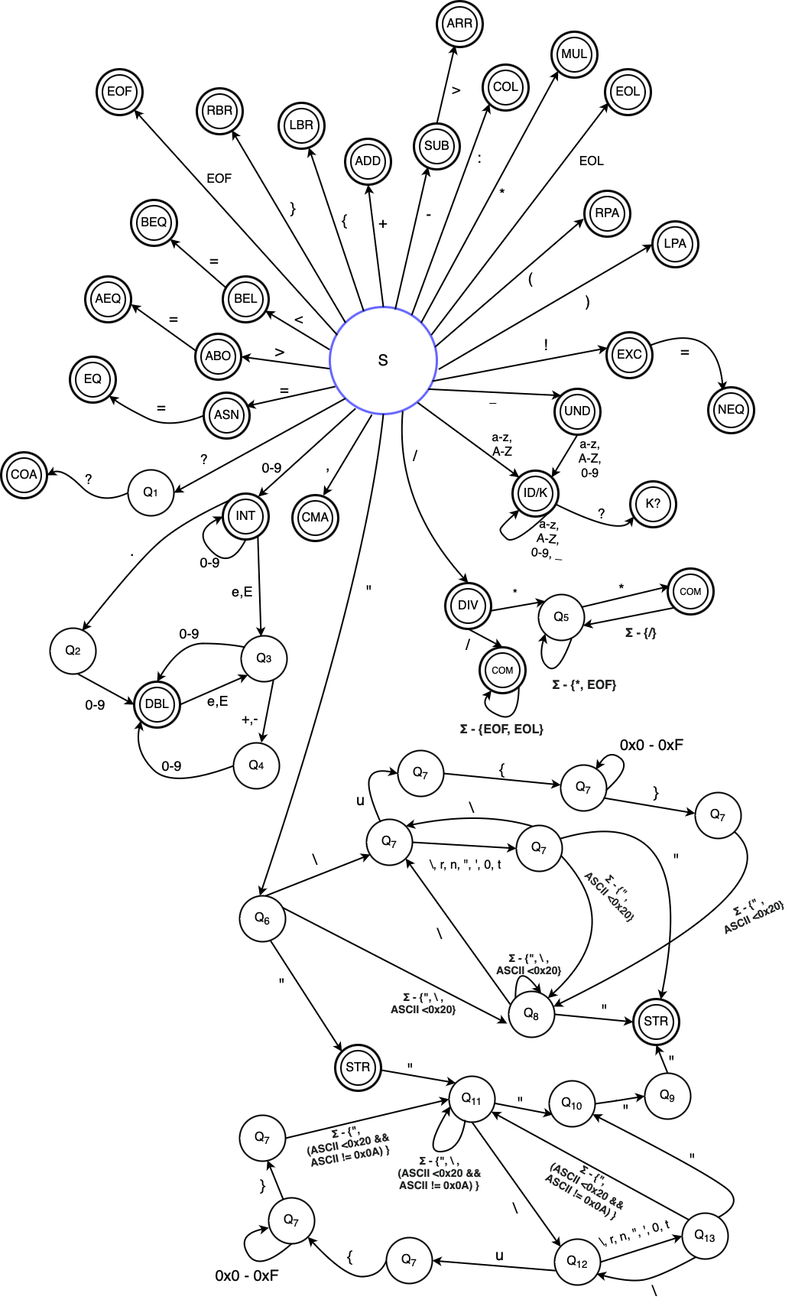
Earlier version of the draw.io export doc/include/lex_fa.png (xhalam16/IFJ-projekt). Source tidied: cells renumbered, new cells last; positions are measured from the earlier drawing's top-left corner, leaving out a move shared by most shapes.
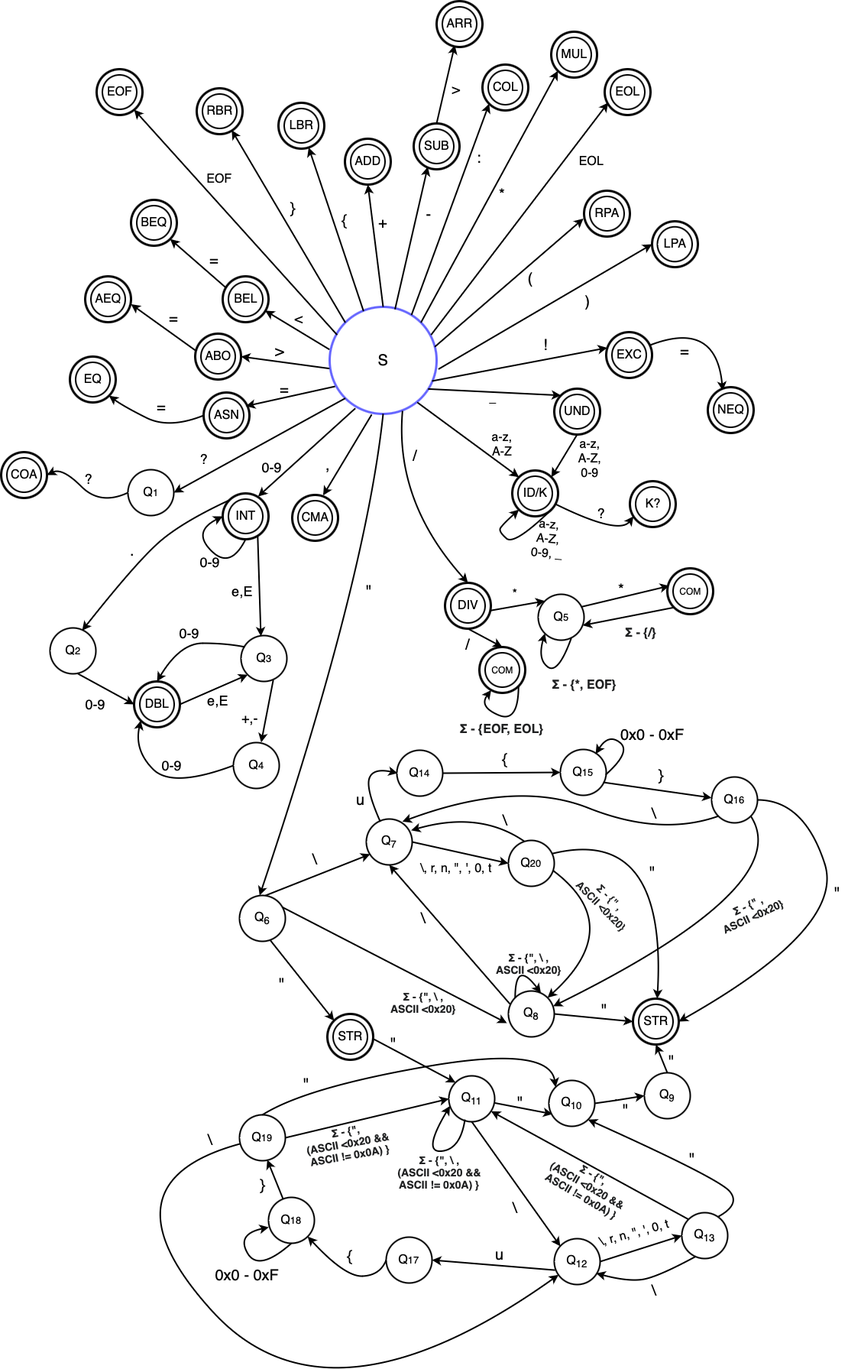
Above is the later version.

What changed in the source:
```diff
@@ -722,13 +722,13 @@
       <mxGeometry x="338" y="1271" width="60" height="30" as="geometry" />
     </mxCell>
     <mxCell id="224" value="&lt;font style=&quot;font-size: 20px;&quot;&gt;&quot;&lt;/font&gt;" style="text;html=1;strokeColor=none;fillColor=none;align=center;verticalAlign=middle;whiteSpace=wrap;rounded=0;" parent="1" vertex="1">
-      <mxGeometry x="506" y="1382" width="60" height="30" as="geometry" />
+      <mxGeometry x="484" y="1349" width="60" height="30" as="geometry" />
     </mxCell>
     <mxCell id="225" value="&lt;b style=&quot;text-align: start; caret-color: rgb(32, 33, 34); color: rgb(32, 33, 34); font-family: sans-serif; font-size: 14px;&quot;&gt;Σ - {&quot;, \ , &lt;br&gt;ASCII &amp;lt;0x20}&lt;/b&gt;" style="text;html=1;strokeColor=none;fillColor=none;align=center;verticalAlign=middle;whiteSpace=wrap;rounded=0;" parent="1" vertex="1">
       <mxGeometry x="497" y="1295" width="112" height="30" as="geometry" />
     </mxCell>
     <mxCell id="226" style="group;" parent="1" vertex="1">
-      <mxGeometry x="437" y="1365" width="60" height="60" as="geometry" />
+      <mxGeometry x="427" y="1325" width="60" height="60" as="geometry" />
     </mxCell>
     <mxCell id="227" style="ellipse;whiteSpace=wrap;html=1;strokeWidth=3;" parent="226" vertex="1">
       <mxGeometry width="60" height="60" as="geometry" />
@@ -837,24 +837,24 @@
       <mxGeometry x="381" y="1108" width="60" height="30" as="geometry" />
     </mxCell>
     <mxCell id="257" value="&lt;font style=&quot;font-size: 16px;&quot;&gt;\, r, n, &quot;, ', 0, t&lt;/font&gt;" style="text;html=1;strokeColor=none;fillColor=none;align=center;verticalAlign=middle;whiteSpace=wrap;rounded=0;" parent="1" vertex="1">
-      <mxGeometry x="552" y="1115" width="112" height="30" as="geometry" />
+      <mxGeometry x="540" y="1120" width="112" height="30" as="geometry" />
     </mxCell>
     <mxCell id="258" style="endArrow=classic;html=1;rounded=0;exitX=1;exitY=0.5;exitDx=0;exitDy=0;strokeWidth=2;entryX=0;entryY=0.5;entryDx=0;entryDy=0;" parent="1" edge="1" source="255" target="260">
       <mxGeometry relative="1" as="geometry" />
     </mxCell>
     <mxCell id="259" style="group;" parent="1" vertex="1">
-      <mxGeometry x="674" y="1078" width="60" height="60" as="geometry" />
+      <mxGeometry x="664" y="1098" width="60" height="60" as="geometry" />
     </mxCell>
-    <mxCell id="260" value="&lt;font style=&quot;font-size: 16px;&quot;&gt;Q&lt;sub&gt;7&lt;/sub&gt;&lt;/font&gt;" style="ellipse;whiteSpace=wrap;html=1;strokeWidth=2;" parent="259" vertex="1">
+    <mxCell id="260" value="&lt;font style=&quot;font-size: 16px;&quot;&gt;Q&lt;/font&gt;&lt;font size=&quot;2&quot;&gt;20&lt;/font&gt;" style="ellipse;whiteSpace=wrap;html=1;strokeWidth=2;" parent="259" vertex="1">
       <mxGeometry width="60" height="60" as="geometry" />
     </mxCell>
-    <mxCell id="261" style="endArrow=classic;html=1;rounded=0;entryX=1;entryY=1;entryDx=0;entryDy=0;strokeWidth=2;" parent="1" edge="1" target="255">
+    <mxCell id="261" style="endArrow=classic;html=1;rounded=0;entryX=0.5;entryY=1;entryDx=0;entryDy=0;strokeWidth=2;" parent="1" edge="1" target="255">
       <mxGeometry relative="1" as="geometry">
         <mxPoint x="666" y="1312" as="sourcePoint" />
       </mxGeometry>
     </mxCell>
     <mxCell id="262" value="&lt;font style=&quot;font-size: 20px;&quot;&gt;\&lt;/font&gt;" style="text;html=1;strokeColor=none;fillColor=none;align=center;verticalAlign=middle;whiteSpace=wrap;rounded=0;" parent="1" vertex="1">
-      <mxGeometry x="544" y="1205" width="60" height="30" as="geometry" />
+      <mxGeometry x="523" y="1185" width="60" height="30" as="geometry" />
     </mxCell>
     <mxCell id="263" style="curved=1;endArrow=classic;html=1;rounded=0;exitX=0.974;exitY=0.657;exitDx=0;exitDy=0;exitPerimeter=0;entryX=1;entryY=0;entryDx=0;entryDy=0;strokeWidth=2;" parent="1" edge="1" source="260" target="232">
       <mxGeometry relative="1" as="geometry">
@@ -864,9 +864,9 @@
       </mxGeometry>
     </mxCell>
     <mxCell id="264" value="&lt;b style=&quot;text-align: start; caret-color: rgb(32, 33, 34); color: rgb(32, 33, 34); font-family: sans-serif; font-size: 14px;&quot;&gt;Σ - {&quot; , &lt;br&gt;ASCII &amp;lt;0x20}&lt;/b&gt;" style="text;html=1;strokeColor=none;fillColor=none;align=center;verticalAlign=middle;whiteSpace=wrap;rounded=0;rotation=45;" parent="1" vertex="1">
-      <mxGeometry x="747" y="1150" width="112" height="30" as="geometry" />
+      <mxGeometry x="736" y="1163" width="112" height="30" as="geometry" />
     </mxCell>
-    <mxCell id="265" style="curved=1;endArrow=classic;html=1;rounded=0;entryX=1;entryY=0;entryDx=0;entryDy=0;exitX=0.338;exitY=0.014;exitDx=0;exitDy=0;exitPerimeter=0;strokeWidth=2;" parent="1" edge="1" source="260" target="255">
+    <mxCell id="265" style="curved=1;endArrow=classic;html=1;rounded=0;entryX=0.978;entryY=0.247;entryDx=0;entryDy=0;exitX=0.338;exitY=0.014;exitDx=0;exitDy=0;exitPerimeter=0;strokeWidth=2;entryPerimeter=0;" parent="1" edge="1" source="260" target="255">
       <mxGeometry relative="1" as="geometry">
         <Array as="points">
           <mxPoint x="626" y="1059" />
@@ -874,17 +874,17 @@
       </mxGeometry>
     </mxCell>
     <mxCell id="266" value="&lt;font style=&quot;font-size: 20px;&quot;&gt;\&lt;/font&gt;" style="text;html=1;strokeColor=none;fillColor=none;align=center;verticalAlign=middle;whiteSpace=wrap;rounded=0;" parent="1" vertex="1">
-      <mxGeometry x="586" y="1040" width="60" height="30" as="geometry" />
+      <mxGeometry x="630" y="1063" width="60" height="18" as="geometry" />
     </mxCell>
     <mxCell id="267" style="curved=1;endArrow=classic;html=1;rounded=0;exitX=0.951;exitY=0.289;exitDx=0;exitDy=0;exitPerimeter=0;strokeWidth=2;" parent="1" edge="1" source="260" target="235">
       <mxGeometry relative="1" as="geometry">
         <Array as="points">
-          <mxPoint x="916" y="1041" />
+          <mxPoint x="872" y="1078" />
         </Array>
       </mxGeometry>
     </mxCell>
     <mxCell id="268" value="&lt;font style=&quot;font-size: 20px;&quot;&gt;&quot;&lt;/font&gt;" style="text;html=1;strokeColor=none;fillColor=none;align=center;verticalAlign=middle;whiteSpace=wrap;rounded=0;" parent="1" vertex="1">
-      <mxGeometry x="854" y="1108" width="60" height="30" as="geometry" />
+      <mxGeometry x="823" y="1125" width="60" height="30" as="geometry" />
     </mxCell>
     <mxCell id="269" style="endArrow=classic;html=1;rounded=0;exitX=0.5;exitY=1;exitDx=0;exitDy=0;strokeWidth=2;" parent="1" edge="1" source="220">
       <mxGeometry relative="1" as="geometry">
@@ -929,7 +929,7 @@
     <mxCell id="280" value="&lt;font style=&quot;font-size: 20px;&quot;&gt;\&lt;/font&gt;" style="text;html=1;strokeColor=none;fillColor=none;align=center;verticalAlign=middle;whiteSpace=wrap;rounded=0;" parent="1" vertex="1">
       <mxGeometry x="825" y="1672" width="60" height="30" as="geometry" />
     </mxCell>
-    <mxCell id="281" style="curved=1;endArrow=classic;html=1;rounded=0;strokeWidth=2;" parent="1" edge="1" target="244">
+    <mxCell id="281" style="curved=1;endArrow=classic;html=1;rounded=0;strokeWidth=2;entryX=1;entryY=1;entryDx=0;entryDy=0;" parent="1" edge="1" target="244">
       <mxGeometry relative="1" as="geometry">
         <mxPoint x="939" y="1590" as="sourcePoint" />
         <Array as="points">
@@ -985,21 +985,19 @@
     <mxCell id="290" value="&lt;font style=&quot;font-size: 20px;&quot;&gt;u&lt;/font&gt;" style="text;html=1;strokeColor=none;fillColor=none;align=center;verticalAlign=middle;whiteSpace=wrap;rounded=0;" parent="1" vertex="1">
       <mxGeometry x="441" y="1030" width="60" height="30" as="geometry" />
     </mxCell>
-    <mxCell id="291" value="&lt;font size=&quot;3&quot;&gt;Q&lt;sub&gt;7&lt;/sub&gt;&lt;/font&gt;" style="ellipse;whiteSpace=wrap;html=1;strokeWidth=2;" parent="1" vertex="1">
-      <mxGeometry x="519" y="980" width="60" height="60" as="geometry" />
+    <mxCell id="291" value="&lt;font size=&quot;3&quot;&gt;Q&lt;/font&gt;&lt;font size=&quot;2&quot;&gt;14&lt;/font&gt;" style="ellipse;whiteSpace=wrap;html=1;strokeWidth=2;" parent="1" vertex="1">
+      <mxGeometry x="518" y="980" width="60" height="60" as="geometry" />
     </mxCell>
-    <mxCell id="292" style="endArrow=classic;html=1;rounded=0;exitX=1;exitY=0.5;exitDx=0;exitDy=0;strokeWidth=2;" parent="1" edge="1" source="291">
-      <mxGeometry relative="1" as="geometry">
-        <mxPoint x="732" y="1025" as="targetPoint" />
-      </mxGeometry>
+    <mxCell id="292" style="endArrow=classic;html=1;rounded=0;exitX=1;exitY=0.5;exitDx=0;exitDy=0;strokeWidth=2;entryX=0;entryY=0.5;entryDx=0;entryDy=0;" parent="1" edge="1" source="291" target="295">
+      <mxGeometry relative="1" as="geometry" />
     </mxCell>
     <mxCell id="293" value="&lt;font style=&quot;font-size: 20px;&quot;&gt;{&lt;/font&gt;" style="text;html=1;strokeColor=none;fillColor=none;align=center;verticalAlign=middle;whiteSpace=wrap;rounded=0;" parent="1" vertex="1">
-      <mxGeometry x="626" y="990" width="60" height="30" as="geometry" />
+      <mxGeometry x="630" y="980" width="60" height="23" as="geometry" />
     </mxCell>
     <mxCell id="294" style="group;" parent="1" vertex="1">
-      <mxGeometry x="732" y="999" width="60" height="61" as="geometry" />
+      <mxGeometry x="732" y="979" width="60" height="61" as="geometry" />
     </mxCell>
-    <mxCell id="295" value="&lt;font size=&quot;3&quot;&gt;Q&lt;sub&gt;7&lt;/sub&gt;&lt;/font&gt;" style="ellipse;whiteSpace=wrap;html=1;strokeWidth=2;" parent="294" vertex="1">
+    <mxCell id="295" value="&lt;font size=&quot;3&quot;&gt;Q&lt;/font&gt;&lt;font size=&quot;2&quot;&gt;15&lt;/font&gt;" style="ellipse;whiteSpace=wrap;html=1;strokeWidth=2;" parent="294" vertex="1">
       <mxGeometry width="60" height="60" as="geometry" />
     </mxCell>
     <mxCell id="296" style="curved=1;endArrow=classic;html=1;rounded=0;entryX=0.769;entryY=0.098;entryDx=0;entryDy=0;entryPerimeter=0;exitX=0.992;exitY=0.547;exitDx=0;exitDy=0;exitPerimeter=0;strokeWidth=2;" parent="294" edge="1" source="295" target="295">
@@ -1011,16 +1009,16 @@
       </mxGeometry>
     </mxCell>
     <mxCell id="297" value="&lt;font style=&quot;font-size: 20px;&quot;&gt;0x0 - 0xF&lt;/font&gt;" style="text;html=1;strokeColor=none;fillColor=none;align=center;verticalAlign=middle;whiteSpace=wrap;rounded=0;" parent="1" vertex="1">
-      <mxGeometry x="807" y="958" width="90" height="30" as="geometry" />
+      <mxGeometry x="808" y="945" width="90" height="30" as="geometry" />
     </mxCell>
     <mxCell id="298" style="endArrow=classic;html=1;rounded=0;exitX=0.936;exitY=0.717;exitDx=0;exitDy=0;exitPerimeter=0;entryX=-0.003;entryY=0.453;entryDx=0;entryDy=0;entryPerimeter=0;strokeWidth=2;" parent="1" edge="1" source="295" target="299">
       <mxGeometry relative="1" as="geometry" />
     </mxCell>
-    <mxCell id="299" value="&lt;font size=&quot;3&quot;&gt;Q&lt;sub&gt;7&lt;/sub&gt;&lt;/font&gt;" style="ellipse;whiteSpace=wrap;html=1;strokeWidth=2;" parent="1" vertex="1">
-      <mxGeometry x="908" y="1035" width="60" height="60" as="geometry" />
+    <mxCell id="299" value="&lt;font size=&quot;3&quot;&gt;Q&lt;/font&gt;&lt;font size=&quot;2&quot;&gt;16&lt;/font&gt;" style="ellipse;whiteSpace=wrap;html=1;strokeWidth=2;" parent="1" vertex="1">
+      <mxGeometry x="930" y="1015" width="60" height="60" as="geometry" />
     </mxCell>
     <mxCell id="300" value="&lt;font style=&quot;font-size: 20px;&quot;&gt;}&lt;/font&gt;" style="text;html=1;strokeColor=none;fillColor=none;align=center;verticalAlign=middle;whiteSpace=wrap;rounded=0;" parent="1" vertex="1">
-      <mxGeometry x="827" y="1020" width="60" height="30" as="geometry" />
+      <mxGeometry x="834" y="998" width="60" height="30" as="geometry" />
     </mxCell>
     <mxCell id="301" style="curved=1;endArrow=classic;html=1;rounded=0;exitX=1;exitY=1;exitDx=0;exitDy=0;entryX=0.976;entryY=0.332;entryDx=0;entryDy=0;entryPerimeter=0;strokeWidth=2;" parent="1" edge="1" source="299" target="232">
       <mxGeometry relative="1" as="geometry">
@@ -1032,7 +1030,7 @@
     <mxCell id="302" value="&lt;b style=&quot;text-align: start; caret-color: rgb(32, 33, 34); color: rgb(32, 33, 34); font-family: sans-serif; font-size: 14px;&quot;&gt;Σ - {&quot; , &lt;br&gt;ASCII &amp;lt;0x20}&lt;/b&gt;" style="text;html=1;strokeColor=none;fillColor=none;align=center;verticalAlign=middle;whiteSpace=wrap;rounded=0;rotation=-25;" parent="1" vertex="1">
       <mxGeometry x="925" y="1175" width="112" height="30" as="geometry" />
     </mxCell>
-    <mxCell id="303" value="&lt;font size=&quot;3&quot;&gt;Q&lt;sub&gt;7&lt;/sub&gt;&lt;/font&gt;" style="ellipse;whiteSpace=wrap;html=1;strokeWidth=2;" parent="1" vertex="1">
+    <mxCell id="303" value="&lt;font size=&quot;3&quot;&gt;Q&lt;/font&gt;&lt;font size=&quot;2&quot;&gt;17&lt;/font&gt;" style="ellipse;whiteSpace=wrap;html=1;strokeWidth=2;" parent="1" vertex="1">
       <mxGeometry x="504" y="1617" width="60" height="60" as="geometry" />
     </mxCell>
     <mxCell id="304" style="endArrow=classic;html=1;rounded=0;entryX=1;entryY=0.5;entryDx=0;entryDy=0;exitX=0.02;exitY=0.686;exitDx=0;exitDy=0;exitPerimeter=0;strokeWidth=2;" parent="1" edge="1" source="272" target="303">
@@ -1052,7 +1050,7 @@
     <mxCell id="307" value="&lt;font style=&quot;font-size: 20px;&quot;&gt;{&lt;/font&gt;" style="text;html=1;strokeColor=none;fillColor=none;align=center;verticalAlign=middle;whiteSpace=wrap;rounded=0;" parent="1" vertex="1">
       <mxGeometry x="427" y="1627" width="60" height="30" as="geometry" />
     </mxCell>
-    <mxCell id="308" value="&lt;font size=&quot;3&quot;&gt;Q&lt;sub&gt;7&lt;/sub&gt;&lt;/font&gt;" style="ellipse;whiteSpace=wrap;html=1;strokeWidth=2;" parent="1" vertex="1">
+    <mxCell id="308" value="&lt;font size=&quot;3&quot;&gt;Q&lt;/font&gt;&lt;font size=&quot;2&quot;&gt;18&lt;/font&gt;" style="ellipse;whiteSpace=wrap;html=1;strokeWidth=2;" parent="1" vertex="1">
       <mxGeometry x="350" y="1565" width="60" height="60" as="geometry" />
     </mxCell>
     <mxCell id="309" style="curved=1;endArrow=classic;html=1;rounded=0;exitX=0.5;exitY=1;exitDx=0;exitDy=0;entryX=0.005;entryY=0.652;entryDx=0;entryDy=0;entryPerimeter=0;strokeWidth=2;" parent="1" edge="1" source="308" target="308">
@@ -1066,7 +1064,7 @@
     <mxCell id="310" value="&lt;font style=&quot;font-size: 20px;&quot;&gt;0x0 - 0xF&lt;/font&gt;" style="text;html=1;strokeColor=none;fillColor=none;align=center;verticalAlign=middle;whiteSpace=wrap;rounded=0;" parent="1" vertex="1">
       <mxGeometry x="277" y="1652" width="91" height="30" as="geometry" />
     </mxCell>
-    <mxCell id="311" value="&lt;font size=&quot;3&quot;&gt;Q&lt;sub&gt;7&lt;/sub&gt;&lt;/font&gt;" style="ellipse;whiteSpace=wrap;html=1;strokeWidth=2;" parent="1" vertex="1">
+    <mxCell id="311" value="&lt;font size=&quot;3&quot;&gt;Q&lt;/font&gt;&lt;font size=&quot;2&quot;&gt;19&lt;/font&gt;" style="ellipse;whiteSpace=wrap;html=1;strokeWidth=2;" parent="1" vertex="1">
       <mxGeometry x="312" y="1457" width="60" height="60" as="geometry" />
     </mxCell>
     <mxCell id="312" style="endArrow=classic;html=1;rounded=0;exitX=1;exitY=0.5;exitDx=0;exitDy=0;entryX=0;entryY=0.5;entryDx=0;entryDy=0;strokeWidth=2;" parent="1" edge="1" source="311" target="220">
@@ -1081,5 +1079,49 @@
     <mxCell id="315" value="&lt;b style=&quot;text-align: start; caret-color: rgb(32, 33, 34); color: rgb(32, 33, 34); font-family: sans-serif; font-size: 14px;&quot;&gt;Σ - {&quot;, &lt;br&gt;(ASCII &amp;lt;0x20 &amp;amp;&amp;amp; ASCII != 0x0A) }&lt;/b&gt;" style="text;html=1;strokeColor=none;fillColor=none;align=center;verticalAlign=middle;whiteSpace=wrap;rounded=0;rotation=-10;" parent="1" vertex="1">
       <mxGeometry x="398" y="1479" width="112" height="30" as="geometry" />
     </mxCell>
+    <mxCell id="316" style="curved=1;endArrow=classic;html=1;rounded=0;exitX=1;exitY=0.5;exitDx=0;exitDy=0;entryX=1;entryY=0.5;entryDx=0;entryDy=0;strokeWidth=2;" parent="1" edge="1" source="299" target="235">
+      <mxGeometry relative="1" as="geometry">
+        <Array as="points">
+          <mxPoint x="1051" y="1045" />
+          <mxPoint x="1105" y="1212" />
+        </Array>
+      </mxGeometry>
+    </mxCell>
+    <mxCell id="317" value="&lt;font style=&quot;font-size: 20px;&quot;&gt;&quot;&lt;/font&gt;" style="text;html=1;strokeColor=none;fillColor=none;align=center;verticalAlign=middle;whiteSpace=wrap;rounded=0;" parent="1" vertex="1">
+      <mxGeometry x="1065" y="1152" width="60" height="30" as="geometry" />
+    </mxCell>
+    <mxCell id="318" style="curved=1;endArrow=classic;html=1;rounded=0;exitX=0.5;exitY=0;exitDx=0;exitDy=0;entryX=0;entryY=0;entryDx=0;entryDy=0;strokeWidth=2;" parent="1" edge="1" source="311" target="244">
+      <mxGeometry relative="1" as="geometry">
+        <Array as="points">
+          <mxPoint x="399" y="1421" />
+          <mxPoint x="718" y="1366" />
+        </Array>
+      </mxGeometry>
+    </mxCell>
+    <mxCell id="319" value="&lt;font style=&quot;font-size: 20px;&quot;&gt;&quot;&lt;/font&gt;" style="text;html=1;strokeColor=none;fillColor=none;align=center;verticalAlign=middle;whiteSpace=wrap;rounded=0;" parent="1" vertex="1">
+      <mxGeometry x="370" y="1402" width="60" height="30" as="geometry" />
+    </mxCell>
+    <mxCell id="320" style="curved=1;endArrow=classic;html=1;rounded=0;strokeWidth=2;" parent="1" edge="1" source="311" target="272">
+      <mxGeometry relative="1" as="geometry">
+        <Array as="points">
+          <mxPoint x="124" y="1546" />
+          <mxPoint x="428" y="1881" />
+        </Array>
+      </mxGeometry>
+    </mxCell>
+    <mxCell id="321" value="&lt;font style=&quot;font-size: 20px;&quot;&gt;\&lt;/font&gt;" style="text;html=1;strokeColor=none;fillColor=none;align=center;verticalAlign=middle;whiteSpace=wrap;rounded=0;" parent="1" vertex="1">
+      <mxGeometry x="244" y="1479" width="60" height="21" as="geometry" />
+    </mxCell>
+    <mxCell id="322" style="curved=1;endArrow=classic;html=1;rounded=0;exitX=0;exitY=1;exitDx=0;exitDy=0;entryX=0.786;entryY=0.057;entryDx=0;entryDy=0;entryPerimeter=0;strokeWidth=2;" parent="1" edge="1" source="299" target="255">
+      <mxGeometry relative="1" as="geometry">
+        <Array as="points">
+          <mxPoint x="863" y="1093" />
+          <mxPoint x="674" y="1018" />
+        </Array>
+      </mxGeometry>
+    </mxCell>
+    <mxCell id="323" value="&lt;font style=&quot;font-size: 20px;&quot;&gt;\&lt;/font&gt;" style="text;html=1;strokeColor=none;fillColor=none;align=center;verticalAlign=middle;whiteSpace=wrap;rounded=0;" parent="1" vertex="1">
+      <mxGeometry x="825" y="1054" width="60" height="18" as="geometry" />
+    </mxCell>
   </root>
 </mxGraphModel>
```
